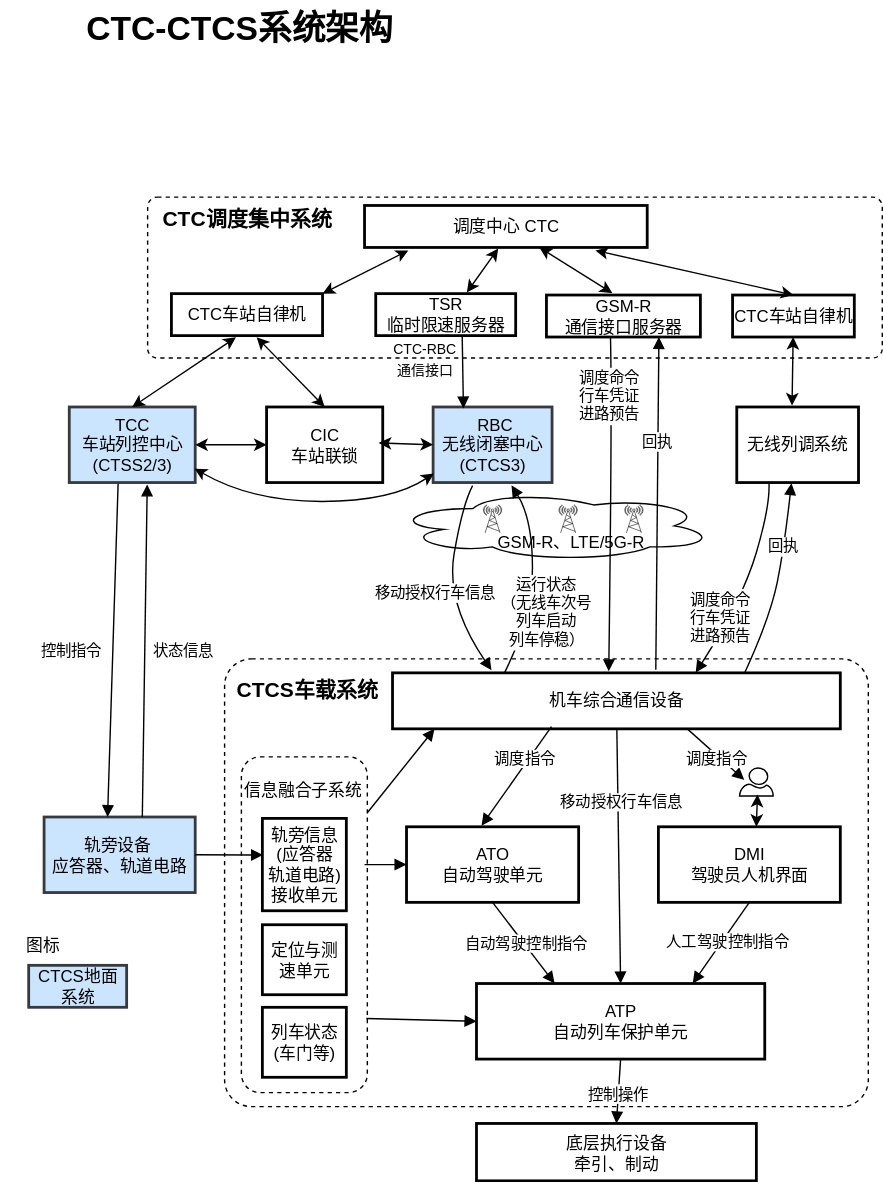
Above: CTC_CTCS_ATO.drawio.svg in netCIS0xD/testRepository (draw.io), before the change. Source tidied: cells renumbered, new cells last; positions are measured from the earlier drawing's top-left corner, leaving out a move shared by most shapes. The source it was exported from:
```xml
<mxGraphModel>
  <root>
    <mxCell id="0" />
    <mxCell id="1" parent="0" />
    <mxCell id="2" style="rounded=1;whiteSpace=wrap;html=1;fillColor=none;dashed=1;arcSize=6;" parent="1" vertex="1">
      <mxGeometry x="105" y="140" width="525" height="115" as="geometry" />
    </mxCell>
    <mxCell id="3" style="ellipse;shape=cloud;whiteSpace=wrap;html=1;fillColor=none;" parent="1" vertex="1">
      <mxGeometry x="280" y="350" width="230" height="50" as="geometry" />
    </mxCell>
    <mxCell id="4" style="rounded=1;whiteSpace=wrap;html=1;fillColor=none;dashed=1;arcSize=6;" parent="1" vertex="1">
      <mxGeometry x="160" y="470" width="460" height="320" as="geometry" />
    </mxCell>
    <mxCell id="5" style="rounded=1;whiteSpace=wrap;html=1;fillColor=none;dashed=1;" parent="1" vertex="1">
      <mxGeometry x="172" y="540" width="90" height="240" as="geometry" />
    </mxCell>
    <mxCell id="6" value="调度中心 CTC" style="whiteSpace=wrap;strokeWidth=2;" parent="1" vertex="1">
      <mxGeometry x="260" y="146" width="202" height="30" as="geometry" />
    </mxCell>
    <mxCell id="7" value=" RBC&#10;无线闭塞中心&#10;(CTCS3)" style="whiteSpace=wrap;strokeWidth=2;fillColor=#cce5ff;strokeColor=#36393d;" parent="1" vertex="1">
      <mxGeometry x="309" y="290" width="85" height="54" as="geometry" />
    </mxCell>
    <mxCell id="8" value="轨旁设备 &#10;应答器、轨道电路" style="whiteSpace=wrap;strokeWidth=2;fillColor=#cce5ff;strokeColor=#36393d;" parent="1" vertex="1">
      <mxGeometry x="31" y="583" width="108" height="54" as="geometry" />
    </mxCell>
    <mxCell id="9" value="机车综合通信设备" style="whiteSpace=wrap;strokeWidth=2;" parent="1" vertex="1">
      <mxGeometry x="280" y="480" width="320" height="40" as="geometry" />
    </mxCell>
    <mxCell id="10" value="DMI&#10;驾驶员人机界面" style="whiteSpace=wrap;strokeWidth=2;" parent="1" vertex="1">
      <mxGeometry x="470" y="590" width="130" height="54" as="geometry" />
    </mxCell>
    <mxCell id="11" value="底层执行设备&#10;牵引、制动" style="whiteSpace=wrap;strokeWidth=2;" parent="1" vertex="1">
      <mxGeometry x="340" y="802" width="200" height="41" as="geometry" />
    </mxCell>
    <mxCell id="12" style="curved=1;startArrow=none;endArrow=block;exitX=0.618;exitY=1.03;entryX=0.255;entryY=0.019;rounded=0;exitDx=0;exitDy=0;exitPerimeter=0;entryDx=0;entryDy=0;entryPerimeter=0;" parent="1" edge="1" source="50" target="7">
      <mxGeometry relative="1" as="geometry" />
    </mxCell>
    <mxCell id="13" value="移动授权行车信息" style="curved=1;startArrow=none;endArrow=block;rounded=0;entryX=0.221;entryY=-0.048;entryDx=0;entryDy=0;exitX=0.332;exitY=1.041;exitDx=0;exitDy=0;entryPerimeter=0;exitPerimeter=0;" parent="1" edge="1" source="7" target="9">
      <mxGeometry x="0.1" y="-9" relative="1" as="geometry">
        <Array as="points">
          <mxPoint x="330" y="360" />
          <mxPoint x="318" y="430" />
        </Array>
      </mxGeometry>
    </mxCell>
    <mxCell id="14" value="运行状态&#10;（无线车次号&#10;列车启动&#10;列车停稳）" style="curved=1;startArrow=none;endArrow=block;rounded=0;align=center;verticalAlign=middle;exitX=0.25;exitY=0;exitDx=0;exitDy=0;" parent="1" edge="1" source="9">
      <mxGeometry x="-0.31" y="-10" relative="1" as="geometry">
        <mxPoint x="365" y="346" as="targetPoint" />
        <Array as="points">
          <mxPoint x="380" y="440" />
          <mxPoint x="380" y="370" />
        </Array>
      </mxGeometry>
    </mxCell>
    <mxCell id="15" value="控制指令" style="curved=1;startArrow=none;endArrow=block;exitX=0.389;exitY=0.951;entryX=0.42;entryY=0;rounded=0;exitDx=0;exitDy=0;exitPerimeter=0;" parent="1" edge="1" source="38" target="8">
      <mxGeometry x="0.02" y="-30" relative="1" as="geometry" />
    </mxCell>
    <mxCell id="16" value="状态信息" style="curved=1;startArrow=none;endArrow=block;exitX=0.65;exitY=0;entryX=0.619;entryY=1.025;rounded=0;entryDx=0;entryDy=0;entryPerimeter=0;" parent="1" edge="1" source="8" target="38">
      <mxGeometry x="0.01" y="-27" relative="1" as="geometry" />
    </mxCell>
    <mxCell id="17" value="控制操作" style="curved=1;startArrow=none;endArrow=block;exitX=0.5;exitY=1;entryX=0.5;entryY=0;rounded=0;exitDx=0;exitDy=0;" parent="1" edge="1" source="23" target="11">
      <mxGeometry x="0.08" relative="1" as="geometry" />
    </mxCell>
    <mxCell id="18" style="curved=1;startArrow=none;endArrow=block;exitX=0.3;exitY=1;entryX=0.5;entryY=0;rounded=0;" parent="1" edge="1" source="23">
      <mxGeometry relative="1" as="geometry">
        <mxPoint x="518" y="725" as="targetPoint" />
        <Array as="points">
          <mxPoint x="470" y="690" />
        </Array>
      </mxGeometry>
    </mxCell>
    <mxCell id="19" style="curved=1;startArrow=none;endArrow=block;exitX=0.5;exitY=1;entryX=0.271;entryY=-0.001;rounded=0;exitDx=0;exitDy=0;entryDx=0;entryDy=0;entryPerimeter=0;" parent="1" edge="1" source="28" target="23">
      <mxGeometry relative="1" as="geometry" />
    </mxCell>
    <mxCell id="20" value="自动驾驶控制指令" style="edgeLabel;html=1;align=center;verticalAlign=middle;" parent="19" vertex="1">
      <mxGeometry x="-0.01" y="1" relative="1" as="geometry" />
    </mxCell>
    <mxCell id="21" style="curved=1;startArrow=none;endArrow=block;exitX=0.5;exitY=1;entryX=0.75;entryY=0;rounded=0;entryDx=0;entryDy=0;exitDx=0;exitDy=0;" parent="1" edge="1" source="10" target="23">
      <mxGeometry relative="1" as="geometry" />
    </mxCell>
    <mxCell id="22" value="人工驾驶控制指令" style="edgeLabel;html=1;align=center;verticalAlign=middle;" parent="21" vertex="1">
      <mxGeometry x="-0.09" y="2" relative="1" as="geometry" />
    </mxCell>
    <mxCell id="23" value="ATP&#10;自动列车保护单元" style="whiteSpace=wrap;strokeWidth=2;" parent="1" vertex="1">
      <mxGeometry x="340" y="702" width="206" height="54" as="geometry" />
    </mxCell>
    <mxCell id="24" value="轨旁信息&#10;(应答器&#10;轨道电路)接收单元" style="whiteSpace=wrap;strokeWidth=2;" parent="1" vertex="1">
      <mxGeometry x="187" y="584" width="60" height="66" as="geometry" />
    </mxCell>
    <mxCell id="25" value="定位与测速单元" style="whiteSpace=wrap;strokeWidth=2;" parent="1" vertex="1">
      <mxGeometry x="187" y="660" width="60" height="50" as="geometry" />
    </mxCell>
    <mxCell id="26" value="信息融合子系统" style="text;whiteSpace=wrap;" parent="1" vertex="1">
      <mxGeometry x="172" y="550" width="90" height="40" as="geometry" />
    </mxCell>
    <mxCell id="27" value="列车状态&#10;(车门等)" style="whiteSpace=wrap;strokeWidth=2;" parent="1" vertex="1">
      <mxGeometry x="187" y="719" width="60" height="50" as="geometry" />
    </mxCell>
    <mxCell id="28" value="ATO&#10;自动驾驶单元" style="whiteSpace=wrap;strokeWidth=2;" parent="1" vertex="1">
      <mxGeometry x="290" y="590" width="123" height="54" as="geometry" />
    </mxCell>
    <mxCell id="29" style="curved=1;startArrow=none;endArrow=block;exitX=0.355;exitY=0.96;entryX=0.436;entryY=-0.015;rounded=0;exitDx=0;exitDy=0;entryDx=0;entryDy=0;exitPerimeter=0;entryPerimeter=0;" parent="1" edge="1" source="9" target="28">
      <mxGeometry relative="1" as="geometry" />
    </mxCell>
    <mxCell id="30" value="调度指令" style="edgeLabel;html=1;align=center;verticalAlign=middle;" parent="29" vertex="1">
      <mxGeometry x="-0.01" y="1" relative="1" as="geometry">
        <mxPoint x="4" y="-14" as="offset" />
      </mxGeometry>
    </mxCell>
    <mxCell id="31" style="curved=1;startArrow=none;endArrow=block;entryX=0.139;entryY=0.42;rounded=0;entryDx=0;entryDy=0;exitX=0.657;exitY=0.992;exitDx=0;exitDy=0;exitPerimeter=0;entryPerimeter=0;" parent="1" edge="1" source="9" target="59">
      <mxGeometry relative="1" as="geometry" />
    </mxCell>
    <mxCell id="32" value="调度指令" style="edgeLabel;html=1;align=center;verticalAlign=middle;" parent="31" vertex="1">
      <mxGeometry x="-0.01" y="1" relative="1" as="geometry">
        <mxPoint x="-1" y="3" as="offset" />
      </mxGeometry>
    </mxCell>
    <mxCell id="33" style="curved=1;startArrow=none;endArrow=block;entryX=0.5;entryY=0;rounded=0;entryDx=0;entryDy=0;" parent="1" edge="1" source="9" target="23">
      <mxGeometry relative="1" as="geometry" />
    </mxCell>
    <mxCell id="34" value="移动授权行车信息" style="edgeLabel;html=1;align=center;verticalAlign=middle;" parent="33" vertex="1">
      <mxGeometry x="-0.01" y="1" relative="1" as="geometry">
        <mxPoint y="-39" as="offset" />
      </mxGeometry>
    </mxCell>
    <mxCell id="35" style="curved=1;startArrow=none;endArrow=block;rounded=0;exitX=0.978;exitY=0.321;exitDx=0;exitDy=0;exitPerimeter=0;entryX=0;entryY=0.5;entryDx=0;entryDy=0;" parent="1" edge="1" source="5" target="28">
      <mxGeometry relative="1" as="geometry" />
    </mxCell>
    <mxCell id="36" style="curved=1;startArrow=none;endArrow=block;rounded=0;exitX=0.992;exitY=0.779;exitDx=0;exitDy=0;exitPerimeter=0;entryX=0;entryY=0.5;entryDx=0;entryDy=0;" parent="1" edge="1" source="5" target="23">
      <mxGeometry relative="1" as="geometry" />
    </mxCell>
    <mxCell id="37" style="curved=1;startArrow=none;endArrow=block;rounded=0;exitX=1;exitY=0.5;exitDx=0;exitDy=0;entryX=0.008;entryY=0.396;entryDx=0;entryDy=0;entryPerimeter=0;" parent="1" edge="1" source="8" target="24">
      <mxGeometry relative="1" as="geometry" />
    </mxCell>
    <mxCell id="38" value="TCC&#10;车站列控中心&#10;(CTSS2/3)" style="whiteSpace=wrap;strokeWidth=2;fillColor=#cce5ff;strokeColor=#36393d;" parent="1" vertex="1">
      <mxGeometry x="49" y="290" width="90" height="54" as="geometry" />
    </mxCell>
    <mxCell id="39" value="CIC&#10;车站联锁" style="whiteSpace=wrap;strokeWidth=2;" parent="1" vertex="1">
      <mxGeometry x="190" y="290" width="83" height="54" as="geometry" />
    </mxCell>
    <mxCell id="40" value="无线列调系统" style="whiteSpace=wrap;strokeWidth=2;" parent="1" vertex="1">
      <mxGeometry x="526" y="290" width="87" height="54" as="geometry" />
    </mxCell>
    <mxCell id="41" style="verticalAlign=top;verticalLabelPosition=bottom;labelPosition=center;align=center;html=1;gradientDirection=north;strokeWidth=2;shape=mxgraph.networks.radio_tower;" parent="1" vertex="1">
      <mxGeometry x="345" y="360" width="13" height="20" as="geometry" />
    </mxCell>
    <mxCell id="42" style="endArrow=classic;startArrow=classic;html=1;rounded=0;exitX=1;exitY=0.5;exitDx=0;exitDy=0;entryX=0;entryY=0.5;entryDx=0;entryDy=0;" parent="1" edge="1" source="38" target="39">
      <mxGeometry relative="1" as="geometry" />
    </mxCell>
    <mxCell id="43" value="调度命令&#10;行车凭证&#10;进路预告" style="curved=1;startArrow=none;endArrow=block;rounded=0;exitX=0.332;exitY=1.041;exitDx=0;exitDy=0;exitPerimeter=0;entryX=0.677;entryY=-0.005;entryDx=0;entryDy=0;entryPerimeter=0;" parent="1" edge="1" target="9">
      <mxGeometry x="0.42" y="-7" relative="1" as="geometry">
        <mxPoint x="549" y="344" as="sourcePoint" />
        <Array as="points">
          <mxPoint x="550" y="360" />
          <mxPoint x="530" y="428" />
        </Array>
      </mxGeometry>
    </mxCell>
    <mxCell id="44" value="回执" style="curved=1;startArrow=none;endArrow=block;rounded=0;exitX=0.786;exitY=0.006;exitDx=0;exitDy=0;exitPerimeter=0;entryX=0.449;entryY=1.008;entryDx=0;entryDy=0;entryPerimeter=0;" parent="1" edge="1" source="9" target="40">
      <mxGeometry x="0.37" y="1" relative="1" as="geometry">
        <Array as="points">
          <mxPoint x="550" y="440" />
          <mxPoint x="560" y="390" />
        </Array>
      </mxGeometry>
    </mxCell>
    <mxCell id="45" style="endArrow=classic;startArrow=classic;html=1;rounded=0;exitX=0.965;exitY=0.476;exitDx=0;exitDy=0;entryX=0;entryY=0.5;entryDx=0;entryDy=0;exitPerimeter=0;" parent="1" edge="1" source="39" target="7">
      <mxGeometry relative="1" as="geometry" />
    </mxCell>
    <mxCell id="46" value="CTC-CTCS系统架构" style="text;strokeColor=none;fillColor=none;html=1;fontSize=24;fontStyle=1;verticalAlign=middle;align=center;" parent="1" vertex="1">
      <mxGeometry x="120" width="100" height="40" as="geometry" />
    </mxCell>
    <mxCell id="47" value="CTC车站自律机" style="whiteSpace=wrap;strokeWidth=2;" parent="1" vertex="1">
      <mxGeometry x="523" y="210" width="87" height="30" as="geometry" />
    </mxCell>
    <mxCell id="48" value="GSM-R&#10;通信接口服务器" style="whiteSpace=wrap;strokeWidth=2;" parent="1" vertex="1">
      <mxGeometry x="390" y="210" width="110" height="30" as="geometry" />
    </mxCell>
    <mxCell id="49" style="endArrow=classic;startArrow=classic;html=1;rounded=0;exitX=0.428;exitY=-0.046;exitDx=0;exitDy=0;exitPerimeter=0;" parent="1" edge="1" source="48" target="6">
      <mxGeometry relative="1" as="geometry" />
    </mxCell>
    <mxCell id="50" value="TSR&#10;临时限速服务器" style="whiteSpace=wrap;strokeWidth=2;" parent="1" vertex="1">
      <mxGeometry x="268" y="209" width="100" height="30" as="geometry" />
    </mxCell>
    <mxCell id="51" value="GSM-R、LTE/5G-R" style="text;html=1;align=center;verticalAlign=middle;whiteSpace=wrap;rounded=0;" parent="1" vertex="1">
      <mxGeometry x="345" y="372" width="125" height="30" as="geometry" />
    </mxCell>
    <mxCell id="52" style="verticalAlign=top;verticalLabelPosition=bottom;labelPosition=center;align=center;html=1;gradientDirection=north;strokeWidth=2;shape=mxgraph.networks.radio_tower;" parent="1" vertex="1">
      <mxGeometry x="446" y="360" width="13" height="20" as="geometry" />
    </mxCell>
    <mxCell id="53" style="verticalAlign=top;verticalLabelPosition=bottom;labelPosition=center;align=center;html=1;gradientDirection=north;strokeWidth=2;shape=mxgraph.networks.radio_tower;" parent="1" vertex="1">
      <mxGeometry x="399" y="360" width="13" height="20" as="geometry" />
    </mxCell>
    <mxCell id="54" value="调度命令&#10;行车凭证&#10;进路预告" style="curved=1;startArrow=none;endArrow=block;rounded=0;exitX=0.25;exitY=1;exitDx=0;exitDy=0;entryX=0.461;entryY=-0.028;entryDx=0;entryDy=0;entryPerimeter=0;" parent="1" edge="1">
      <mxGeometry x="-0.66" y="-2" relative="1" as="geometry">
        <mxPoint x="435.8" y="240" as="sourcePoint" />
        <mxPoint x="434.5" y="478.9" as="targetPoint" />
        <Array as="points">
          <mxPoint x="437" y="290" />
        </Array>
      </mxGeometry>
    </mxCell>
    <mxCell id="55" value="回执" style="curved=1;startArrow=none;endArrow=block;rounded=0;exitX=0.527;exitY=-0.056;exitDx=0;exitDy=0;exitPerimeter=0;entryX=0.533;entryY=1;entryDx=0;entryDy=0;entryPerimeter=0;" parent="1" edge="1">
      <mxGeometry x="0.37" y="1" relative="1" as="geometry">
        <mxPoint x="468.1" y="477.8" as="sourcePoint" />
        <mxPoint x="470.4" y="240" as="targetPoint" />
      </mxGeometry>
    </mxCell>
    <mxCell id="56" style="endArrow=classic;startArrow=classic;html=1;rounded=0;exitX=0.555;exitY=-0.046;exitDx=0;exitDy=0;exitPerimeter=0;" parent="1" edge="1" target="47">
      <mxGeometry relative="1" as="geometry">
        <mxPoint x="565.5" y="289" as="sourcePoint" />
      </mxGeometry>
    </mxCell>
    <mxCell id="57" style="endArrow=classic;startArrow=classic;html=1;rounded=0;entryX=0.817;entryY=1.072;entryDx=0;entryDy=0;exitX=0.5;exitY=0;exitDx=0;exitDy=0;entryPerimeter=0;" parent="1" edge="1" source="47" target="6">
      <mxGeometry relative="1" as="geometry" />
    </mxCell>
    <mxCell id="58" style="endArrow=classic;startArrow=classic;html=1;rounded=0;exitX=0.651;exitY=-0.026;exitDx=0;exitDy=0;entryX=0.473;entryY=1.023;entryDx=0;entryDy=0;entryPerimeter=0;exitPerimeter=0;" parent="1" edge="1" source="50" target="6">
      <mxGeometry relative="1" as="geometry" />
    </mxCell>
    <mxCell id="59" style="verticalLabelPosition=bottom;html=1;verticalAlign=top;align=center;shape=mxgraph.azure.user;rotation=0;" parent="1" vertex="1">
      <mxGeometry x="528" y="548" width="24" height="20" as="geometry" />
    </mxCell>
    <mxCell id="60" style="endArrow=classic;startArrow=classic;html=1;rounded=0;entryX=0.533;entryY=0.948;entryDx=0;entryDy=0;entryPerimeter=0;" parent="1" edge="1" target="59">
      <mxGeometry relative="1" as="geometry">
        <mxPoint x="540" y="590" as="sourcePoint" />
      </mxGeometry>
    </mxCell>
    <mxCell id="61" style="curved=1;startArrow=classic;endArrow=classic;rounded=0;entryX=1;entryY=0.25;entryDx=0;entryDy=0;startFill=1;endFill=1;" parent="1" edge="1">
      <mxGeometry x="0.1" y="-9" relative="1" as="geometry">
        <mxPoint x="309.5" y="337.5" as="sourcePoint" />
        <mxPoint x="138.5" y="334" as="targetPoint" />
        <Array as="points">
          <mxPoint x="279.5" y="357.5" />
          <mxPoint x="179.5" y="357.5" />
        </Array>
      </mxGeometry>
    </mxCell>
    <mxCell id="62" style="curved=1;startArrow=none;endArrow=block;rounded=0;exitX=1;exitY=0.75;exitDx=0;exitDy=0;" parent="1" edge="1" source="26">
      <mxGeometry relative="1" as="geometry">
        <mxPoint x="310" y="520" as="targetPoint" />
      </mxGeometry>
    </mxCell>
    <mxCell id="63" value="CTCS车载系统" style="text;html=1;align=center;verticalAlign=middle;whiteSpace=wrap;rounded=0;fontStyle=1;fontSize=15;" parent="1" vertex="1">
      <mxGeometry x="164" y="476" width="110" height="30" as="geometry" />
    </mxCell>
    <mxCell id="64" value="CTC调度集中系统" style="text;html=1;align=center;verticalAlign=middle;whiteSpace=wrap;rounded=0;fontStyle=1;fontSize=15;" parent="1" vertex="1">
      <mxGeometry x="110.5" y="140" width="129.5" height="30" as="geometry" />
    </mxCell>
    <mxCell id="65" value="CTC车站自律机" style="whiteSpace=wrap;strokeWidth=2;" parent="1" vertex="1">
      <mxGeometry x="122" y="209" width="108" height="30" as="geometry" />
    </mxCell>
    <mxCell id="66" style="endArrow=classic;startArrow=classic;html=1;rounded=0;exitX=0.5;exitY=0;exitDx=0;exitDy=0;entryX=0.427;entryY=1.041;entryDx=0;entryDy=0;entryPerimeter=0;" parent="1" edge="1" source="38" target="65">
      <mxGeometry relative="1" as="geometry" />
    </mxCell>
    <mxCell id="67" style="endArrow=classic;startArrow=classic;html=1;rounded=0;exitX=0.5;exitY=0;exitDx=0;exitDy=0;entryX=0.564;entryY=1.039;entryDx=0;entryDy=0;entryPerimeter=0;" parent="1" edge="1" source="39" target="65">
      <mxGeometry relative="1" as="geometry" />
    </mxCell>
    <mxCell id="68" style="endArrow=classic;startArrow=classic;html=1;rounded=0;entryX=1;entryY=0;entryDx=0;entryDy=0;exitX=0.155;exitY=1.072;exitDx=0;exitDy=0;exitPerimeter=0;" parent="1" edge="1" source="6" target="65">
      <mxGeometry relative="1" as="geometry" />
    </mxCell>
    <mxCell id="69" value="&lt;font style=&quot;font-size: 10px;&quot;&gt;CTC-RBC&lt;/font&gt;&lt;div&gt;&lt;font style=&quot;font-size: 10px;&quot;&gt;通信接口&lt;/font&gt;&lt;/div&gt;" style="text;html=1;align=center;verticalAlign=middle;whiteSpace=wrap;rounded=0;spacing=0;" parent="1" vertex="1">
      <mxGeometry x="273" y="240" width="60" height="30" as="geometry" />
    </mxCell>
    <mxCell id="70" value="CTCS地面系统" style="whiteSpace=wrap;strokeWidth=2;fillColor=#cce5ff;strokeColor=#36393d;" parent="1" vertex="1">
      <mxGeometry x="20" y="689" width="70" height="30" as="geometry" />
    </mxCell>
    <mxCell id="71" value="图标" style="text;html=1;align=center;verticalAlign=middle;whiteSpace=wrap;rounded=0;" parent="1" vertex="1">
      <mxGeometry y="660" width="60" height="30" as="geometry" />
    </mxCell>
  </root>
</mxGraphModel>
```
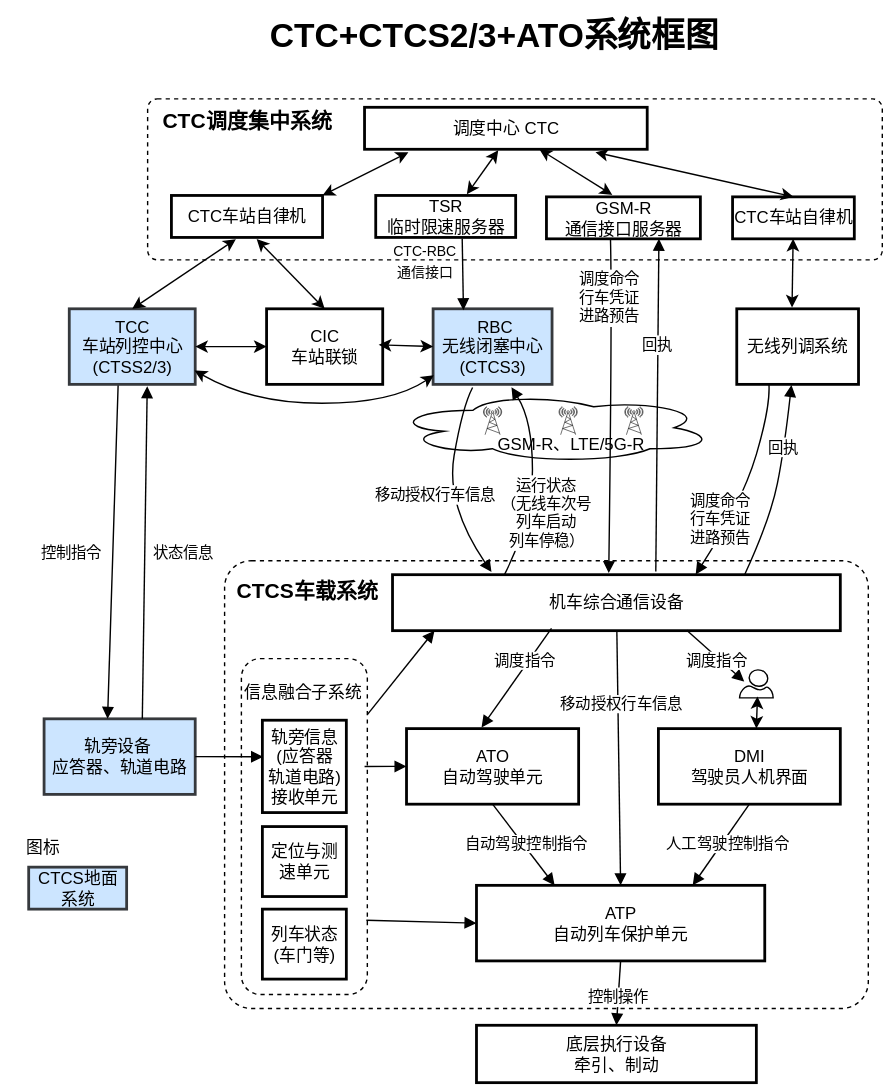
The same diagram one commit later.

Diff of the diagram source:
```diff
@@ -167,8 +167,8 @@
     <mxCell id="45" style="endArrow=classic;startArrow=classic;html=1;rounded=0;exitX=0.965;exitY=0.476;exitDx=0;exitDy=0;entryX=0;entryY=0.5;entryDx=0;entryDy=0;exitPerimeter=0;" parent="1" edge="1" source="39" target="7">
       <mxGeometry relative="1" as="geometry" />
     </mxCell>
-    <mxCell id="46" value="CTC-CTCS系统架构" style="text;strokeColor=none;fillColor=none;html=1;fontSize=24;fontStyle=1;verticalAlign=middle;align=center;" parent="1" vertex="1">
-      <mxGeometry x="120" width="100" height="40" as="geometry" />
+    <mxCell id="46" value="CTC+CTCS2/3+ATO系统框图" style="text;strokeColor=none;fillColor=none;html=1;fontSize=24;fontStyle=1;verticalAlign=middle;align=center;" parent="1" vertex="1">
+      <mxGeometry x="161.5" y="70" width="380" height="50" as="geometry" />
     </mxCell>
     <mxCell id="47" value="CTC车站自律机" style="whiteSpace=wrap;strokeWidth=2;" parent="1" vertex="1">
       <mxGeometry x="523" y="210" width="87" height="30" as="geometry" />
```
